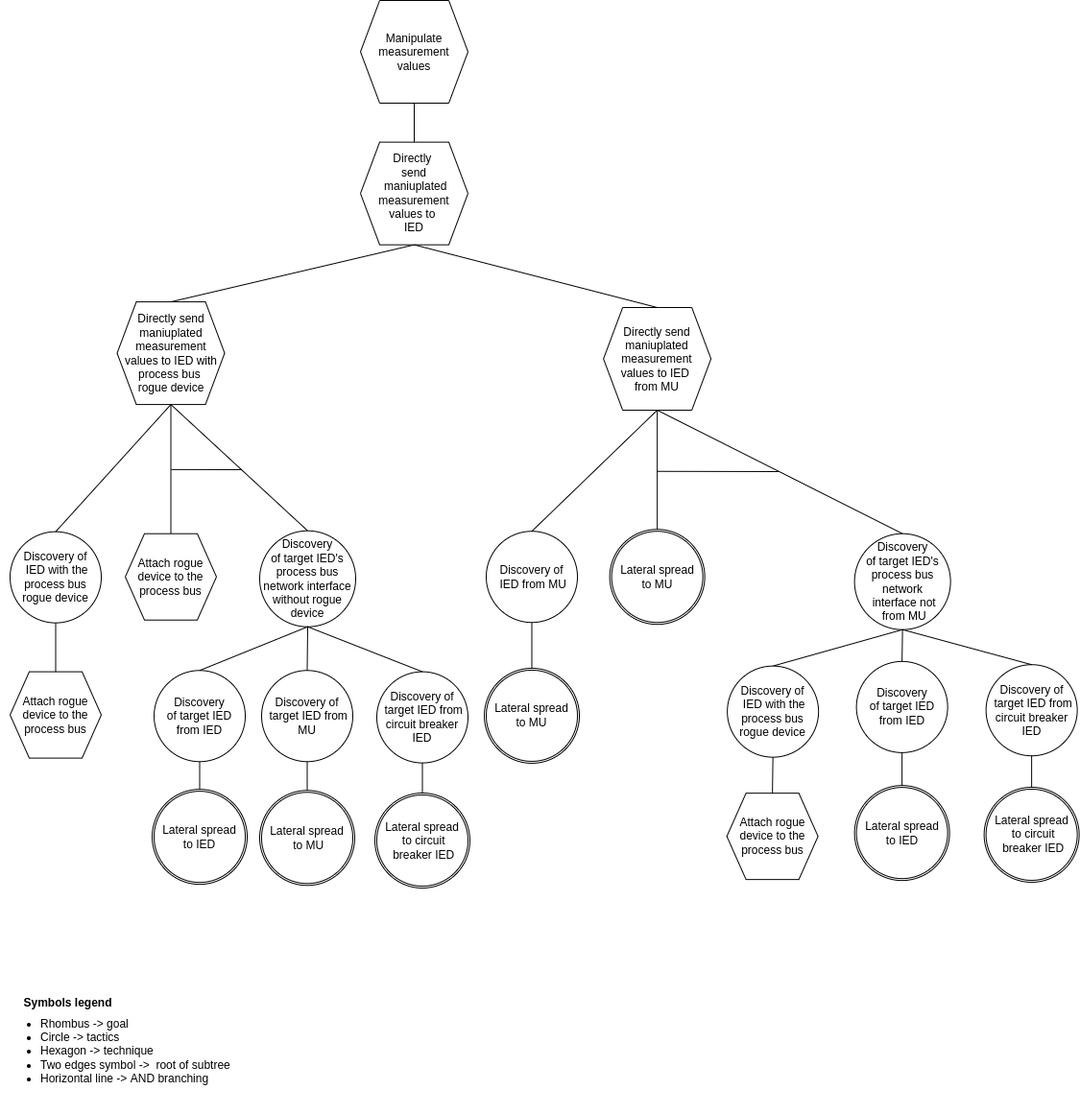
The draw.io diagram drawIO_trees/solution_3_1_1.drawio.png in mihaelM/Attack_trees, before a commit. Source tidied: cells renumbered, new cells last; positions are measured from the earlier drawing's top-left corner, leaving out a move shared by most shapes.
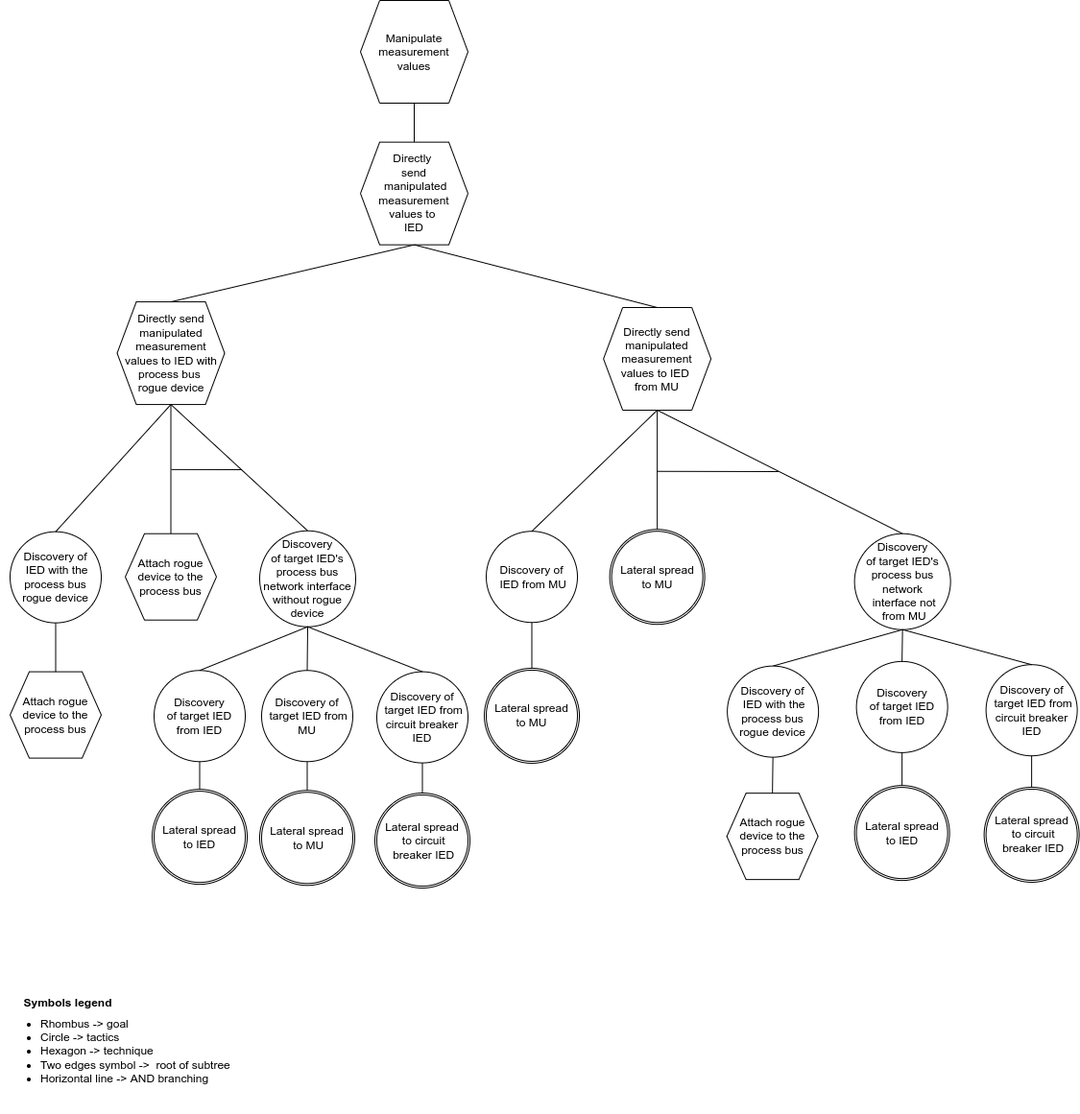
After the change.

Diff of the diagram source:
```diff
@@ -14,7 +14,7 @@
     <mxCell id="5" style="endArrow=none;html=1;rounded=0;exitX=0.5;exitY=0;exitDx=0;exitDy=0;entryX=0.5;entryY=1;entryDx=0;entryDy=0;" parent="1" edge="1" source="6" target="7">
       <mxGeometry relative="1" as="geometry" />
     </mxCell>
-    <mxCell id="6" value="Directly &lt;br&gt;send&lt;br&gt;&amp;nbsp;maniuplated measurement values to &lt;br&gt;IED" style="shape=hexagon;perimeter=hexagonPerimeter2;whiteSpace=wrap;html=1;fixedSize=1;" parent="1" vertex="1">
+    <mxCell id="6" value="Directly &lt;br&gt;send&lt;br&gt;&amp;nbsp;manipulated measurement values to &lt;br&gt;IED" style="shape=hexagon;perimeter=hexagonPerimeter2;whiteSpace=wrap;html=1;fixedSize=1;" parent="1" vertex="1">
       <mxGeometry x="375" y="147.6" width="112" height="107" as="geometry" />
     </mxCell>
     <mxCell id="7" value="Manipulate measurement values" style="shape=hexagon;perimeter=hexagonPerimeter2;whiteSpace=wrap;html=1;fixedSize=1;" parent="1" vertex="1">
@@ -38,13 +38,13 @@
     <mxCell id="13" style="endArrow=none;html=1;rounded=0;entryX=0.5;entryY=1;entryDx=0;entryDy=0;" parent="1" edge="1" source="59" target="12">
       <mxGeometry relative="1" as="geometry" />
     </mxCell>
-    <mxCell id="14" value="Directly send maniuplated measurement values to IED with process bus &lt;br&gt;rogue device" style="shape=hexagon;perimeter=hexagonPerimeter2;whiteSpace=wrap;html=1;fixedSize=1;" parent="1" vertex="1">
+    <mxCell id="14" value="Directly send manipulated measurement values to IED with process bus &lt;br&gt;rogue device" style="shape=hexagon;perimeter=hexagonPerimeter2;whiteSpace=wrap;html=1;fixedSize=1;" parent="1" vertex="1">
       <mxGeometry x="121.5" y="314.1" width="112" height="107" as="geometry" />
     </mxCell>
     <mxCell id="15" style="endArrow=none;html=1;rounded=0;exitX=0.5;exitY=1;exitDx=0;exitDy=0;entryX=0.5;entryY=0;entryDx=0;entryDy=0;" parent="1" edge="1" source="14" target="10">
       <mxGeometry relative="1" as="geometry" />
     </mxCell>
-    <mxCell id="16" value="Directly send maniuplated measurement values to IED &lt;br&gt;from MU" style="shape=hexagon;perimeter=hexagonPerimeter2;whiteSpace=wrap;html=1;fixedSize=1;" parent="1" vertex="1">
+    <mxCell id="16" value="Directly send manipulated measurement values to IED &lt;br&gt;from MU" style="shape=hexagon;perimeter=hexagonPerimeter2;whiteSpace=wrap;html=1;fixedSize=1;" parent="1" vertex="1">
       <mxGeometry x="628.1" y="320" width="112" height="107" as="geometry" />
     </mxCell>
     <mxCell id="17" style="endArrow=none;html=1;rounded=0;exitX=0.5;exitY=1;exitDx=0;exitDy=0;entryX=0.5;entryY=0;entryDx=0;entryDy=0;" parent="1" edge="1" source="16" target="12">
```
